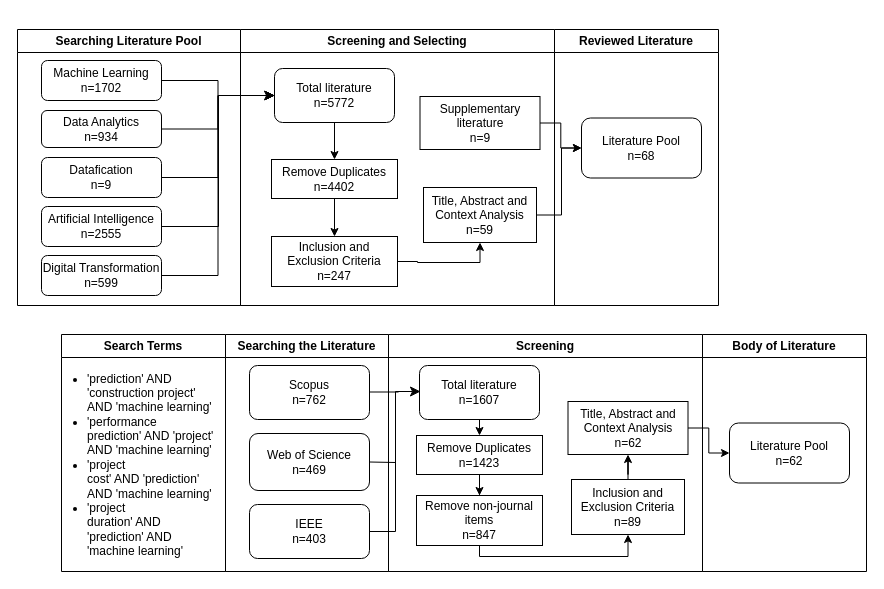
Above: page "Page-1" (1 of 2) of literature process.drawio in datou7119/Figures (draw.io), before the change. Source tidied: cells renumbered, new cells numbered last; positions are measured from the earlier drawing's top-left corner, leaving out a move shared by most shapes. Both pictures are drawn from the tidied source at 100%, with x=0, y=0 at pixel (17, 29).
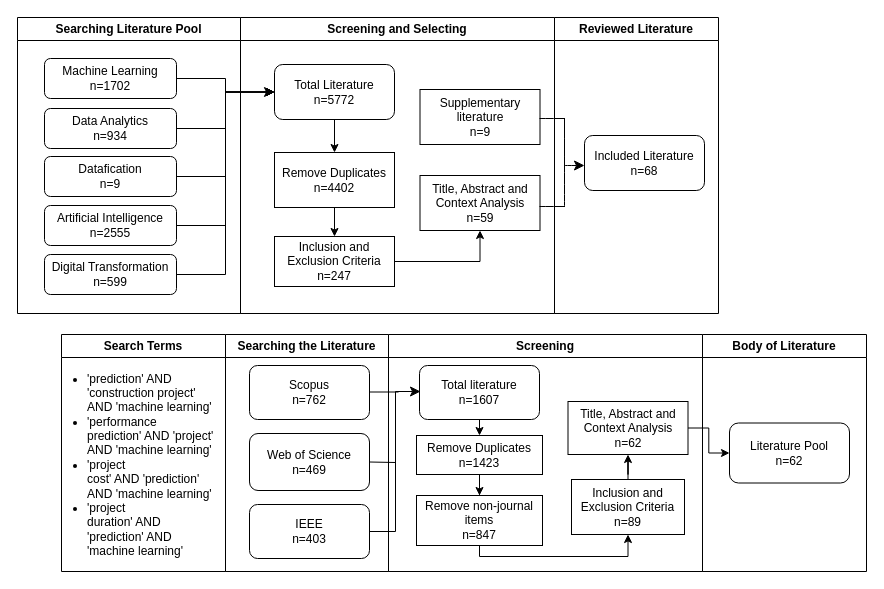
After the change.

What changed in the source:
```diff
@@
     <mxCell id="24" value="Searching Literature Pool" style="swimlane;whiteSpace=wrap;html=1;startSize=23;" parent="1" vertex="1">
-      <mxGeometry width="223" height="276" as="geometry" />
+      <mxGeometry y="-12" width="223" height="296" as="geometry" />
     </mxCell>
     <mxCell id="25" value="Artificial Intelligence&lt;br&gt;n=2555" style="rounded=1;whiteSpace=wrap;html=1;" parent="24" vertex="1">
-      <mxGeometry x="24" y="177" width="120" height="40" as="geometry" />
+      <mxGeometry x="27" y="188" width="132" height="40" as="geometry" />
     </mxCell>
     <mxCell id="26" value="Datafication&lt;br&gt;n=9" style="rounded=1;whiteSpace=wrap;html=1;" parent="24" vertex="1">
-      <mxGeometry x="24" y="128" width="120" height="40" as="geometry" />
+      <mxGeometry x="27" y="139" width="132" height="40" as="geometry" />
     </mxCell>
     <mxCell id="27" value="Machine Learning&lt;br&gt;n=1702" style="rounded=1;whiteSpace=wrap;html=1;" parent="24" vertex="1">
-      <mxGeometry x="24" y="31" width="120" height="40" as="geometry" />
+      <mxGeometry x="27" y="41" width="132" height="40" as="geometry" />
     </mxCell>
     <mxCell id="28" value="Data Analytics&lt;br&gt;n=934" style="rounded=1;whiteSpace=wrap;html=1;" parent="24" vertex="1">
-      <mxGeometry x="24" y="81" width="120" height="37" as="geometry" />
+      <mxGeometry x="27" y="91" width="132" height="40" as="geometry" />
     </mxCell>
     <mxCell id="29" value="Digital Transformation&lt;br&gt;n=599" style="rounded=1;whiteSpace=wrap;html=1;" parent="24" vertex="1">
-      <mxGeometry x="24" y="226" width="120" height="40" as="geometry" />
+      <mxGeometry x="27" y="237" width="132" height="40" as="geometry" />
     </mxCell>
     <mxCell id="30" value="Screening and Selecting" style="swimlane;whiteSpace=wrap;html=1;" parent="1" vertex="1">
-      <mxGeometry x="223" width="314" height="276" as="geometry" />
+      <mxGeometry x="223" y="-12" width="314" height="296" as="geometry" />
     </mxCell>
-    <mxCell id="31" value="Total literature&lt;br&gt;n=5772" style="rounded=1;whiteSpace=wrap;html=1;" parent="30" vertex="1">
-      <mxGeometry x="34" y="39" width="120" height="54" as="geometry" />
+    <mxCell id="31" value="Total Literature&lt;br&gt;n=5772" style="rounded=1;whiteSpace=wrap;html=1;" parent="30" vertex="1">
+      <mxGeometry x="34" y="47" width="120" height="55" as="geometry" />
     </mxCell>
@@
     <mxCell id="33" value="Remove Duplicates&lt;br&gt;n=4402" style="rounded=0;whiteSpace=wrap;html=1;" parent="30" vertex="1">
-      <mxGeometry x="31" y="130" width="126" height="39" as="geometry" />
+      <mxGeometry x="34" y="135" width="120" height="55" as="geometry" />
     </mxCell>
@@
     <mxCell id="35" value="Inclusion and Exclusion Criteria&lt;br&gt;n=247" style="rounded=0;whiteSpace=wrap;html=1;" parent="30" vertex="1">
-      <mxGeometry x="31" y="207" width="126" height="50" as="geometry" />
+      <mxGeometry x="34" y="219" width="120" height="50" as="geometry" />
     </mxCell>
     <mxCell id="36" value="Title, Abstract and Context Analysis&lt;br&gt;n=59" style="rounded=0;whiteSpace=wrap;html=1;" parent="30" vertex="1">
-      <mxGeometry x="183" y="158" width="113" height="55" as="geometry" />
+      <mxGeometry x="179.5" y="158" width="120" height="55" as="geometry" />
     </mxCell>
     <mxCell id="37" value="Supplementary literature&lt;br&gt;n=9" style="whiteSpace=wrap;html=1;rounded=0;" parent="30" vertex="1">
-      <mxGeometry x="179.5" y="67" width="120" height="53" as="geometry" />
+      <mxGeometry x="179.5" y="72" width="120" height="55" as="geometry" />
     </mxCell>
@@
+    <mxCell id="48" style="endArrow=none;html=1;rounded=0;fontSize=12;startSize=8;endSize=8;curved=1;" parent="30" edge="1">
+      <mxGeometry relative="1" as="geometry">
+        <mxPoint x="299" y="189" as="sourcePoint" />
+        <mxPoint x="324" y="189" as="targetPoint" />
+      </mxGeometry>
+    </mxCell>
     <mxCell id="39" value="Reviewed Literature" style="swimlane;whiteSpace=wrap;html=1;" parent="1" vertex="1">
-      <mxGeometry x="537" width="164" height="276" as="geometry" />
+      <mxGeometry x="537" y="-12" width="164" height="296" as="geometry" />
     </mxCell>
-    <mxCell id="40" value="Literature Pool&lt;br&gt;n=68" style="rounded=1;whiteSpace=wrap;html=1;" parent="39" vertex="1">
-      <mxGeometry x="27" y="88.5" width="120" height="60" as="geometry" />
+    <mxCell id="40" value="Included Literature&lt;br&gt;n=68" style="rounded=1;whiteSpace=wrap;html=1;" parent="39" vertex="1">
+      <mxGeometry x="30" y="118" width="120" height="55" as="geometry" />
     </mxCell>
-    <mxCell id="41" style="edgeStyle=orthogonalEdgeStyle;rounded=0;jettySize=auto;html=1;" parent="1" edge="1" source="37" target="40">
-      <mxGeometry relative="1" as="geometry" />
-    </mxCell>
+    <mxCell id="49" style="endArrow=classic;html=1;rounded=0;fontSize=12;startSize=8;endSize=8;curved=1;" parent="39" edge="1">
+      <mxGeometry relative="1" as="geometry">
+        <mxPoint x="10" y="148" as="sourcePoint" />
+        <mxPoint x="30" y="148" as="targetPoint" />
+      </mxGeometry>
+    </mxCell>
+    <mxCell id="50" style="endArrow=none;html=1;rounded=0;fontSize=12;startSize=8;endSize=8;curved=1;" parent="39" edge="1">
+      <mxGeometry relative="1" as="geometry">
+        <mxPoint x="10" y="189.5" as="sourcePoint" />
+        <mxPoint x="10" y="100.5" as="targetPoint" />
+      </mxGeometry>
+    </mxCell>
+    <mxCell id="51" style="endArrow=none;html=1;rounded=0;fontSize=12;startSize=8;endSize=8;curved=1;" parent="39" edge="1">
+      <mxGeometry relative="1" as="geometry">
+        <mxPoint x="-15" y="101" as="sourcePoint" />
+        <mxPoint x="10" y="101" as="targetPoint" />
+      </mxGeometry>
+    </mxCell>
@@
-    <mxCell id="47" style="edgeStyle=orthogonalEdgeStyle;rounded=0;jettySize=auto;html=1;entryX=0;entryY=0.5;entryDx=0;entryDy=0;" parent="1" edge="1" source="36" target="40">
-      <mxGeometry relative="1" as="geometry">
-        <Array as="points">
-          <mxPoint x="544" y="186" />
-          <mxPoint x="544" y="118" />
-        </Array>
-      </mxGeometry>
-    </mxCell>
```
